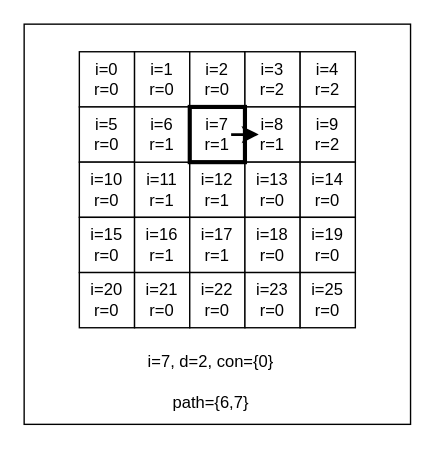
Before: page "Page-5" (5 of 14) of file/Algorithm/NavmeshNavigation/NavmeshNavigation_WalkContour.drawio in FallingXun/FallingXun.github.io, a draw.io diagram. Source tidied: cells renumbered, new cells numbered last; positions are measured from the earlier drawing's top-left corner, leaving out a move shared by most shapes. Both pictures are drawn from the tidied source at 138%, with x=0, y=0 at pixel (23, 23).
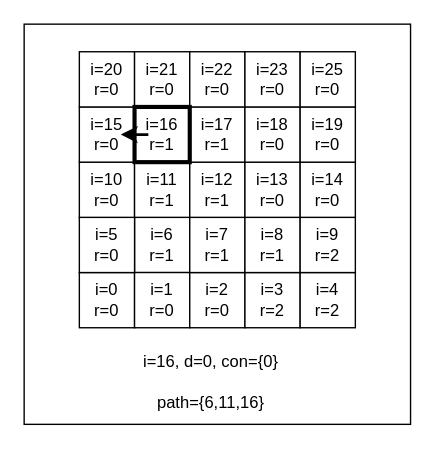
The same page after the edit.

Unchanged cells that the change refers to:
```xml
<mxCell id="15" value="&lt;font style=&quot;color: light-dark(rgb(0, 0, 0), rgb(255, 255, 255));&quot;&gt;i=13&lt;/font&gt;&lt;div&gt;&lt;font style=&quot;color: light-dark(rgb(0, 0, 0), rgb(255, 255, 255));&quot;&gt;r=0&lt;/font&gt;&lt;/div&gt;" style="whiteSpace=wrap;html=1;fillColor=light-dark(#FFFFFF,#FF0000);" parent="1" vertex="1">
  <mxGeometry x="160" y="100" width="40" height="40" as="geometry" />
</mxCell>
```

What changed in the source:
```diff
@@
+    <mxCell id="28" value="i=16, d=0, con={0}" style="text;html=1;align=center;verticalAlign=middle;strokeColor=none;fillColor=none;" parent="1" vertex="1">
+      <mxGeometry x="75" y="230" width="120" height="30" as="geometry" />
+    </mxCell>
+    <mxCell id="31" value="path={6,11,16}" style="text;html=1;align=center;verticalAlign=middle;strokeColor=none;fillColor=none;" parent="1" vertex="1">
+      <mxGeometry x="85" y="260" width="100" height="30" as="geometry" />
+    </mxCell>
+    <mxCell id="27" value="&lt;font style=&quot;color: light-dark(rgb(0, 0, 0), rgb(255, 255, 255));&quot;&gt;i=6&lt;/font&gt;&lt;div&gt;&lt;font style=&quot;color: light-dark(rgb(0, 0, 0), rgb(255, 255, 255));&quot;&gt;r=1&lt;/font&gt;&lt;/div&gt;" style="whiteSpace=wrap;html=1;strokeWidth=1;strokeColor=light-dark(#000000,#FFFFFF);" parent="1" vertex="1">
+      <mxGeometry x="80" y="140" width="40" height="40" as="geometry" />
+    </mxCell>
     <mxCell id="2" value="&lt;font style=&quot;color: light-dark(rgb(0, 0, 0), rgb(255, 255, 255));&quot;&gt;i=0&lt;/font&gt;&lt;div&gt;&lt;font style=&quot;color: light-dark(rgb(0, 0, 0), rgb(255, 255, 255));&quot;&gt;r=0&lt;/font&gt;&lt;/div&gt;" style="whiteSpace=wrap;html=1;fillColor=light-dark(#FFFFFF,#FF0000);" parent="1" vertex="1">
-      <mxGeometry x="40" y="20" width="40" height="40" as="geometry" />
+      <mxGeometry x="40" y="180" width="40" height="40" as="geometry" />
     </mxCell>
     <mxCell id="3" value="&lt;font style=&quot;color: light-dark(rgb(0, 0, 0), rgb(255, 255, 255));&quot;&gt;i=1&lt;/font&gt;&lt;div&gt;&lt;font style=&quot;color: light-dark(rgb(0, 0, 0), rgb(255, 255, 255));&quot;&gt;r=0&lt;/font&gt;&lt;/div&gt;" style="whiteSpace=wrap;html=1;fillColor=light-dark(#FFFFFF,#FF0000);" parent="1" vertex="1">
-      <mxGeometry x="80" y="20" width="40" height="40" as="geometry" />
+      <mxGeometry x="80" y="180" width="40" height="40" as="geometry" />
     </mxCell>
     <mxCell id="4" value="&lt;font style=&quot;color: light-dark(rgb(0, 0, 0), rgb(255, 255, 255));&quot;&gt;i=2&lt;/font&gt;&lt;div&gt;&lt;font style=&quot;color: light-dark(rgb(0, 0, 0), rgb(255, 255, 255));&quot;&gt;r=0&lt;/font&gt;&lt;/div&gt;" style="whiteSpace=wrap;html=1;fillColor=light-dark(#FFFFFF,#FF0000);" parent="1" vertex="1">
-      <mxGeometry x="120" y="20" width="40" height="40" as="geometry" />
+      <mxGeometry x="120" y="180" width="40" height="40" as="geometry" />
     </mxCell>
     <mxCell id="5" value="&lt;font style=&quot;color: light-dark(rgb(0, 0, 0), rgb(0, 0, 0));&quot;&gt;i=3&lt;/font&gt;&lt;div&gt;&lt;font style=&quot;color: light-dark(rgb(0, 0, 0), rgb(0, 0, 0));&quot;&gt;r=2&lt;/font&gt;&lt;/div&gt;" style="whiteSpace=wrap;html=1;fillColor=light-dark(#FFFFFF,#FFFF00);" parent="1" vertex="1">
-      <mxGeometry x="160" y="20" width="40" height="40" as="geometry" />
+      <mxGeometry x="160" y="180" width="40" height="40" as="geometry" />
     </mxCell>
     <mxCell id="6" value="&lt;font style=&quot;color: light-dark(rgb(0, 0, 0), rgb(0, 0, 0));&quot;&gt;i=4&lt;/font&gt;&lt;div&gt;&lt;font style=&quot;color: light-dark(rgb(0, 0, 0), rgb(0, 0, 0));&quot;&gt;r=2&lt;/font&gt;&lt;/div&gt;" style="whiteSpace=wrap;html=1;fillColor=light-dark(#FFFFFF,#FFFF00);" parent="1" vertex="1">
-      <mxGeometry x="200" y="20" width="40" height="40" as="geometry" />
+      <mxGeometry x="200" y="180" width="40" height="40" as="geometry" />
     </mxCell>
-    <mxCell id="7" style="edgeStyle=none;html=1;" parent="1" edge="1" source="8" target="15">
-      <mxGeometry relative="1" as="geometry" />
-    </mxCell>
     <mxCell id="8" value="&lt;font style=&quot;color: light-dark(rgb(0, 0, 0), rgb(255, 255, 255));&quot;&gt;i=5&lt;/font&gt;&lt;div&gt;&lt;font style=&quot;color: light-dark(rgb(0, 0, 0), rgb(255, 255, 255));&quot;&gt;r=0&lt;/font&gt;&lt;/div&gt;" style="whiteSpace=wrap;html=1;fillColor=light-dark(#FFFFFF,#FF0000);" parent="1" vertex="1">
-      <mxGeometry x="40" y="60" width="40" height="40" as="geometry" />
+      <mxGeometry x="40" y="140" width="40" height="40" as="geometry" />
     </mxCell>
     <mxCell id="9" value="&lt;font style=&quot;color: light-dark(rgb(0, 0, 0), rgb(255, 255, 255));&quot;&gt;i=7&lt;/font&gt;&lt;div&gt;&lt;div&gt;&lt;font style=&quot;color: light-dark(rgb(0, 0, 0), rgb(255, 255, 255));&quot;&gt;r=1&lt;/font&gt;&lt;/div&gt;&lt;/div&gt;" style="whiteSpace=wrap;html=1;" parent="1" vertex="1">
-      <mxGeometry x="120" y="60" width="40" height="40" as="geometry" />
+      <mxGeometry x="120" y="140" width="40" height="40" as="geometry" />
     </mxCell>
     <mxCell id="10" value="&lt;font style=&quot;color: light-dark(rgb(0, 0, 0), rgb(255, 255, 255));&quot;&gt;i=8&lt;/font&gt;&lt;div&gt;&lt;font style=&quot;color: light-dark(rgb(0, 0, 0), rgb(255, 255, 255));&quot;&gt;r=1&lt;/font&gt;&lt;/div&gt;" style="whiteSpace=wrap;html=1;" parent="1" vertex="1">
-      <mxGeometry x="160" y="60" width="40" height="40" as="geometry" />
+      <mxGeometry x="160" y="140" width="40" height="40" as="geometry" />
     </mxCell>
     <mxCell id="11" value="&lt;font style=&quot;color: light-dark(rgb(0, 0, 0), rgb(0, 0, 0));&quot;&gt;i=9&lt;/font&gt;&lt;div&gt;&lt;font style=&quot;color: light-dark(rgb(0, 0, 0), rgb(0, 0, 0));&quot;&gt;r=2&lt;/font&gt;&lt;/div&gt;" style="whiteSpace=wrap;html=1;fillColor=light-dark(#FFFFFF,#FFFF00);" parent="1" vertex="1">
-      <mxGeometry x="200" y="60" width="40" height="40" as="geometry" />
+      <mxGeometry x="200" y="140" width="40" height="40" as="geometry" />
     </mxCell>
@@
     <mxCell id="17" value="&lt;font style=&quot;color: light-dark(rgb(0, 0, 0), rgb(255, 255, 255));&quot;&gt;i=15&lt;/font&gt;&lt;div&gt;&lt;font style=&quot;color: light-dark(rgb(0, 0, 0), rgb(255, 255, 255));&quot;&gt;r=0&lt;/font&gt;&lt;/div&gt;" style="whiteSpace=wrap;html=1;fillColor=light-dark(#FFFFFF,#FF0000);" parent="1" vertex="1">
-      <mxGeometry x="40" y="140" width="40" height="40" as="geometry" />
+      <mxGeometry x="40" y="60" width="40" height="40" as="geometry" />
     </mxCell>
     <mxCell id="18" value="&lt;font style=&quot;color: light-dark(rgb(0, 0, 0), rgb(255, 255, 255));&quot;&gt;i=16&lt;/font&gt;&lt;div&gt;&lt;font style=&quot;color: light-dark(rgb(0, 0, 0), rgb(255, 255, 255));&quot;&gt;r=1&lt;/font&gt;&lt;/div&gt;" style="whiteSpace=wrap;html=1;" parent="1" vertex="1">
-      <mxGeometry x="80" y="140" width="40" height="40" as="geometry" />
+      <mxGeometry x="80" y="60" width="40" height="40" as="geometry" />
     </mxCell>
     <mxCell id="19" value="&lt;font style=&quot;color: light-dark(rgb(0, 0, 0), rgb(255, 255, 255));&quot;&gt;i=17&lt;/font&gt;&lt;div&gt;&lt;font style=&quot;color: light-dark(rgb(0, 0, 0), rgb(255, 255, 255));&quot;&gt;r=1&lt;/font&gt;&lt;/div&gt;" style="whiteSpace=wrap;html=1;" parent="1" vertex="1">
-      <mxGeometry x="120" y="140" width="40" height="40" as="geometry" />
+      <mxGeometry x="120" y="60" width="40" height="40" as="geometry" />
     </mxCell>
     <mxCell id="20" value="&lt;font style=&quot;color: light-dark(rgb(0, 0, 0), rgb(255, 255, 255));&quot;&gt;i=18&lt;/font&gt;&lt;div&gt;&lt;font style=&quot;color: light-dark(rgb(0, 0, 0), rgb(255, 255, 255));&quot;&gt;r=0&lt;/font&gt;&lt;/div&gt;" style="whiteSpace=wrap;html=1;fillColor=light-dark(#FFFFFF,#FF0000);" parent="1" vertex="1">
-      <mxGeometry x="160" y="140" width="40" height="40" as="geometry" />
+      <mxGeometry x="160" y="60" width="40" height="40" as="geometry" />
     </mxCell>
     <mxCell id="21" value="&lt;font style=&quot;color: light-dark(rgb(0, 0, 0), rgb(255, 255, 255));&quot;&gt;i=19&lt;/font&gt;&lt;div&gt;&lt;font style=&quot;color: light-dark(rgb(0, 0, 0), rgb(255, 255, 255));&quot;&gt;r=0&lt;/font&gt;&lt;/div&gt;" style="whiteSpace=wrap;html=1;fillColor=light-dark(#FFFFFF,#FF0000);" parent="1" vertex="1">
-      <mxGeometry x="200" y="140" width="40" height="40" as="geometry" />
+      <mxGeometry x="200" y="60" width="40" height="40" as="geometry" />
     </mxCell>
     <mxCell id="22" value="&lt;font style=&quot;color: light-dark(rgb(0, 0, 0), rgb(255, 255, 255));&quot;&gt;i=20&lt;/font&gt;&lt;div&gt;&lt;font style=&quot;color: light-dark(rgb(0, 0, 0), rgb(255, 255, 255));&quot;&gt;r=0&lt;/font&gt;&lt;/div&gt;" style="whiteSpace=wrap;html=1;fillColor=light-dark(#FFFFFF,#FF0000);" parent="1" vertex="1">
-      <mxGeometry x="40" y="180" width="40" height="40" as="geometry" />
+      <mxGeometry x="40" y="20" width="40" height="40" as="geometry" />
     </mxCell>
     <mxCell id="23" value="&lt;font style=&quot;color: light-dark(rgb(0, 0, 0), rgb(255, 255, 255));&quot;&gt;i=21&lt;/font&gt;&lt;div&gt;&lt;font style=&quot;color: light-dark(rgb(0, 0, 0), rgb(255, 255, 255));&quot;&gt;r=0&lt;/font&gt;&lt;/div&gt;" style="whiteSpace=wrap;html=1;fillColor=light-dark(#FFFFFF,#FF0000);" parent="1" vertex="1">
-      <mxGeometry x="80" y="180" width="40" height="40" as="geometry" />
+      <mxGeometry x="80" y="20" width="40" height="40" as="geometry" />
     </mxCell>
     <mxCell id="24" value="&lt;font style=&quot;color: light-dark(rgb(0, 0, 0), rgb(255, 255, 255));&quot;&gt;i=22&lt;/font&gt;&lt;div&gt;&lt;font style=&quot;color: light-dark(rgb(0, 0, 0), rgb(255, 255, 255));&quot;&gt;r=0&lt;/font&gt;&lt;/div&gt;" style="whiteSpace=wrap;html=1;fillColor=light-dark(#FFFFFF,#FF0000);" parent="1" vertex="1">
-      <mxGeometry x="120" y="180" width="40" height="40" as="geometry" />
+      <mxGeometry x="120" y="20" width="40" height="40" as="geometry" />
     </mxCell>
     <mxCell id="25" value="&lt;font style=&quot;color: light-dark(rgb(0, 0, 0), rgb(255, 255, 255));&quot;&gt;i=23&lt;/font&gt;&lt;div&gt;&lt;font style=&quot;color: light-dark(rgb(0, 0, 0), rgb(255, 255, 255));&quot;&gt;r=0&lt;/font&gt;&lt;/div&gt;" style="whiteSpace=wrap;html=1;fillColor=light-dark(#FFFFFF,#FF0000);" parent="1" vertex="1">
-      <mxGeometry x="160" y="180" width="40" height="40" as="geometry" />
+      <mxGeometry x="160" y="20" width="40" height="40" as="geometry" />
     </mxCell>
     <mxCell id="26" value="&lt;font style=&quot;color: light-dark(rgb(0, 0, 0), rgb(255, 255, 255));&quot;&gt;i=25&lt;/font&gt;&lt;div&gt;&lt;font style=&quot;color: light-dark(rgb(0, 0, 0), rgb(255, 255, 255));&quot;&gt;r=0&lt;/font&gt;&lt;/div&gt;" style="whiteSpace=wrap;html=1;fillColor=light-dark(#FFFFFF,#FF0000);" parent="1" vertex="1">
-      <mxGeometry x="200" y="180" width="40" height="40" as="geometry" />
+      <mxGeometry x="200" y="20" width="40" height="40" as="geometry" />
     </mxCell>
-    <mxCell id="27" value="&lt;font style=&quot;color: light-dark(rgb(0, 0, 0), rgb(255, 255, 255));&quot;&gt;i=6&lt;/font&gt;&lt;div&gt;&lt;font style=&quot;color: light-dark(rgb(0, 0, 0), rgb(255, 255, 255));&quot;&gt;r=1&lt;/font&gt;&lt;/div&gt;" style="whiteSpace=wrap;html=1;strokeWidth=1;strokeColor=light-dark(#000000,#FFFFFF);" parent="1" vertex="1">
-      <mxGeometry x="80" y="60" width="40" height="40" as="geometry" />
-    </mxCell>
-    <mxCell id="28" value="i=7, d=2, con={0}" style="text;html=1;align=center;verticalAlign=middle;strokeColor=none;fillColor=none;" parent="1" vertex="1">
-      <mxGeometry x="80" y="230" width="110" height="30" as="geometry" />
-    </mxCell>
-    <mxCell id="29" style="whiteSpace=wrap;html=1;strokeWidth=3;strokeColor=light-dark(#000000,#00FF00);fillColor=none;" parent="1" vertex="1">
-      <mxGeometry x="120" y="60" width="40" height="40" as="geometry" />
-    </mxCell>
-    <mxCell id="30" style="endArrow=classic;html=1;strokeColor=light-dark(#000000,#FFFFFF);strokeWidth=2;" parent="1" edge="1">
-      <mxGeometry relative="1" as="geometry">
-        <mxPoint x="150" y="80.1" as="sourcePoint" />
-        <mxPoint x="170" y="79.9" as="targetPoint" />
-      </mxGeometry>
-    </mxCell>
-    <mxCell id="31" value="path={6,7}" style="text;html=1;align=center;verticalAlign=middle;strokeColor=none;fillColor=none;" parent="1" vertex="1">
-      <mxGeometry x="95" y="260" width="80" height="30" as="geometry" />
-    </mxCell>
+    <mxCell id="33" style="whiteSpace=wrap;html=1;strokeWidth=3;strokeColor=light-dark(#000000,#00FF00);fillColor=none;" parent="1" vertex="1">
+      <mxGeometry x="80" y="60" width="40" height="40" as="geometry" />
+    </mxCell>
+    <mxCell id="34" style="endArrow=classic;html=1;strokeColor=light-dark(#000000,#FFFFFF);strokeWidth=2;" parent="1" edge="1">
+      <mxGeometry relative="1" as="geometry">
+        <mxPoint x="90" y="80.1" as="sourcePoint" />
+        <mxPoint x="70" y="79.9" as="targetPoint" />
+      </mxGeometry>
+    </mxCell>
```
